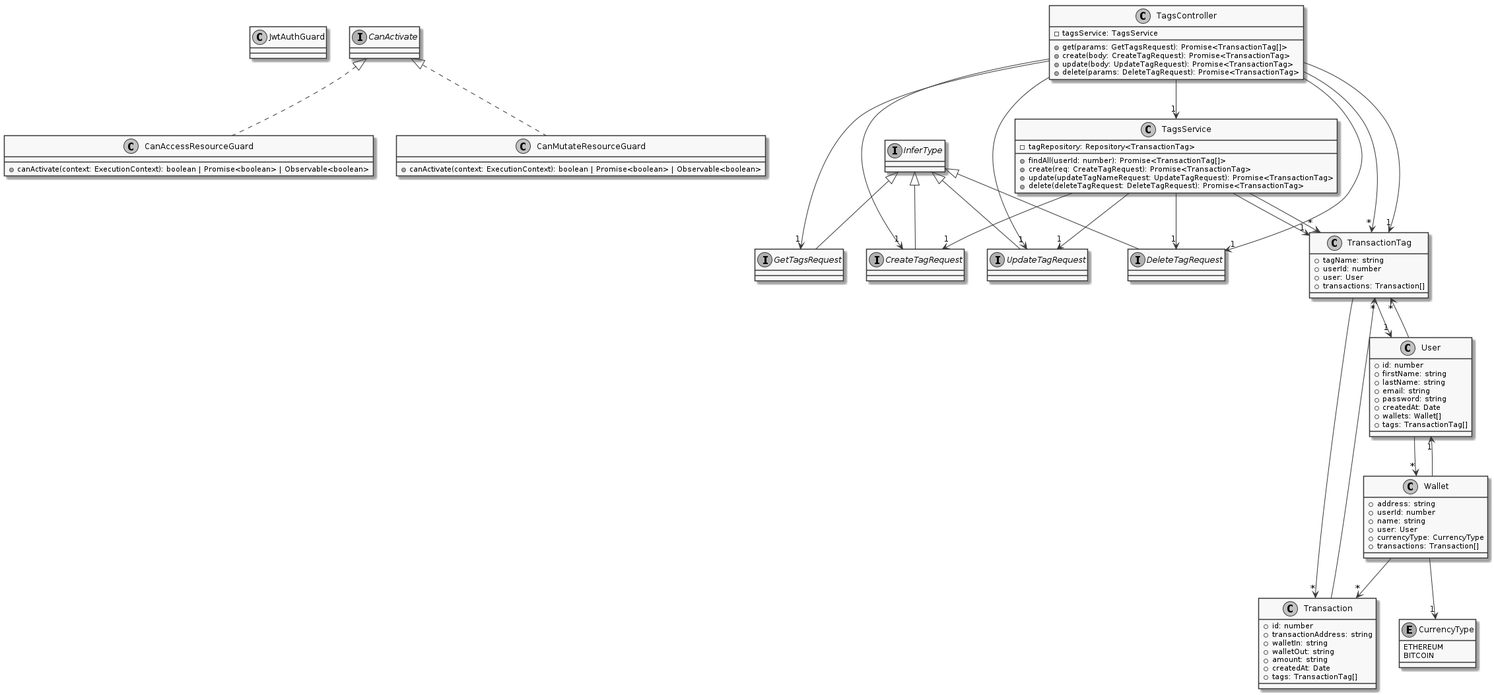
Above: packages/docs/diagrams/generated/class_diagram_api_tags.png in SOEN-490-Capstone/Cryptify (PlantUML), before the change. The source it was exported from:
```plantuml
@startuml
skinparam monochrome true
class JwtAuthGuard
class CanAccessResourceGuard implements CanActivate {
    +canActivate(context: ExecutionContext): boolean | Promise<boolean> | Observable<boolean>
}
interface GetTagsRequest extends InferType
interface CreateTagRequest extends InferType
interface UpdateTagRequest extends InferType
interface DeleteTagRequest extends InferType
class Transaction {
    +id: number
    +transactionAddress: string
    +walletIn: string
    +walletOut: string
    +amount: string
    +createdAt: Date
    +tags: TransactionTag[]
}
enum CurrencyType {
    ETHEREUM
    BITCOIN
}
class Wallet {
    +address: string
    +userId: number
    +name: string
    +user: User
    +currencyType: CurrencyType
    +transactions: Transaction[]
}
class User {
    +id: number
    +firstName: string
    +lastName: string
    +email: string
    +password: string
    +createdAt: Date
    +wallets: Wallet[]
    +tags: TransactionTag[]
}
class TransactionTag {
    +tagName: string
    +userId: number
    +user: User
    +transactions: Transaction[]
}
class TagsService {
    -tagRepository: Repository<TransactionTag>
    +findAll(userId: number): Promise<TransactionTag[]>
    +create(req: CreateTagRequest): Promise<TransactionTag>
    +update(updateTagNameRequest: UpdateTagRequest): Promise<TransactionTag>
    +delete(deleteTagRequest: DeleteTagRequest): Promise<TransactionTag>
}
class CanMutateResourceGuard implements CanActivate {
    +canActivate(context: ExecutionContext): boolean | Promise<boolean> | Observable<boolean>
}
class TagsController {
    -tagsService: TagsService
    +get(params: GetTagsRequest): Promise<TransactionTag[]>
    +create(body: CreateTagRequest): Promise<TransactionTag>
    +update(body: UpdateTagRequest): Promise<TransactionTag>
    +delete(params: DeleteTagRequest): Promise<TransactionTag>
}
Transaction --> "*" TransactionTag
Wallet --> "1" User
Wallet --> "1" CurrencyType
Wallet --> "*" Transaction
User --> "*" Wallet
User --> "*" TransactionTag
TransactionTag --> "1" User
TransactionTag --> "*" Transaction
TagsService --> "1" TransactionTag
TagsService --> "*" TransactionTag
TagsService --> "1" CreateTagRequest
TagsService --> "1" UpdateTagRequest
TagsService --> "1" DeleteTagRequest
TagsController --> "1" TagsService
TagsController --> "1" GetTagsRequest
TagsController --> "*" TransactionTag
TagsController --> "1" CreateTagRequest
TagsController --> "1" TransactionTag
TagsController --> "1" UpdateTagRequest
TagsController --> "1" DeleteTagRequest
@enduml
```
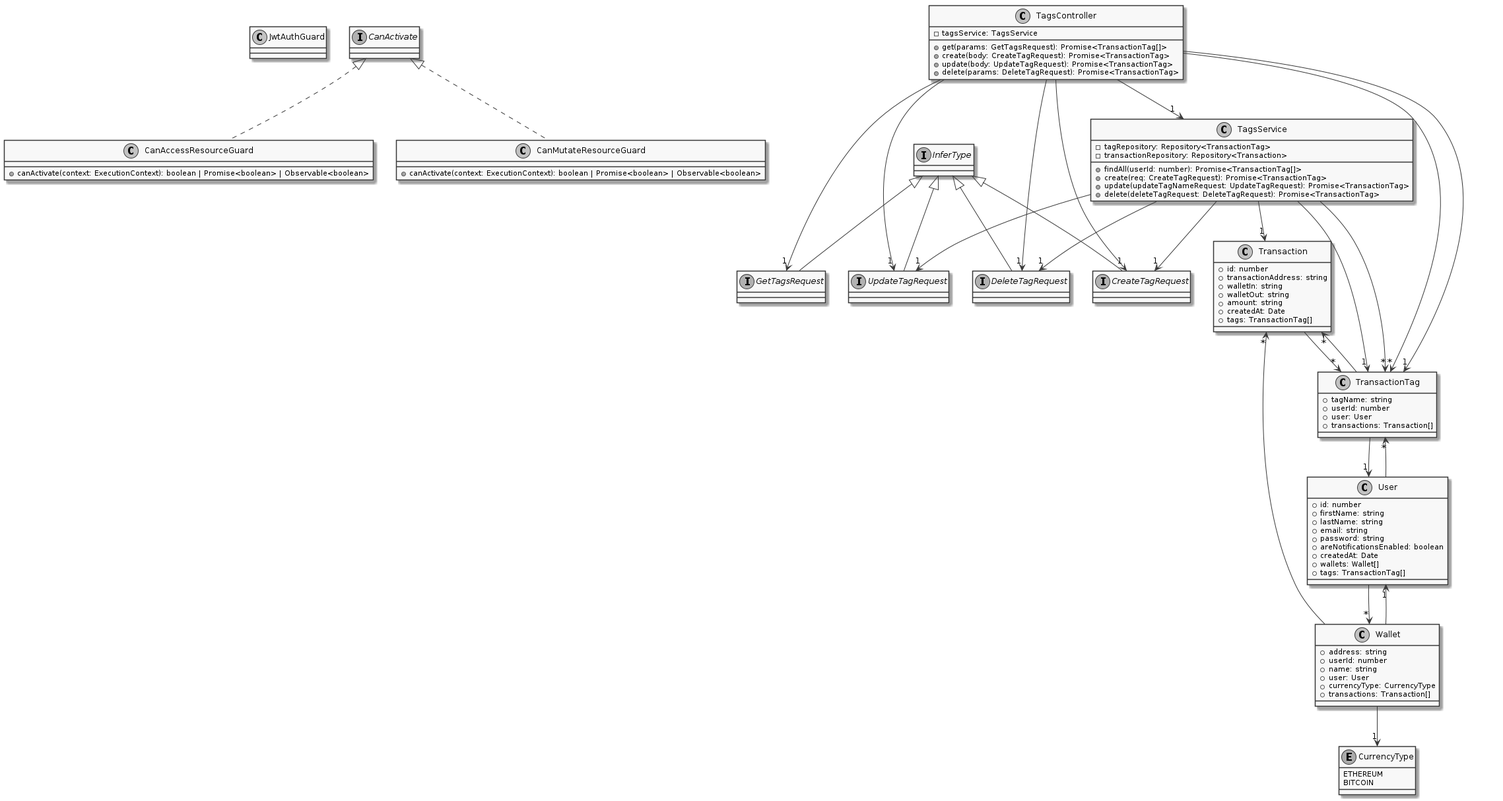
Later version of the same file.

What changed in the source:
```diff
@@ -35,6 +35,7 @@
     +lastName: string
     +email: string
     +password: string
+    +areNotificationsEnabled: boolean
     +createdAt: Date
     +wallets: Wallet[]
     +tags: TransactionTag[]
@@ -47,6 +48,7 @@
 }
 class TagsService {
     -tagRepository: Repository<TransactionTag>
+    -transactionRepository: Repository<Transaction>
     +findAll(userId: number): Promise<TransactionTag[]>
     +create(req: CreateTagRequest): Promise<TransactionTag>
     +update(updateTagNameRequest: UpdateTagRequest): Promise<TransactionTag>
@@ -71,6 +73,7 @@
 TransactionTag --> "1" User
 TransactionTag --> "*" Transaction
 TagsService --> "1" TransactionTag
+TagsService --> "1" Transaction
 TagsService --> "*" TransactionTag
 TagsService --> "1" CreateTagRequest
 TagsService --> "1" UpdateTagRequest
```
